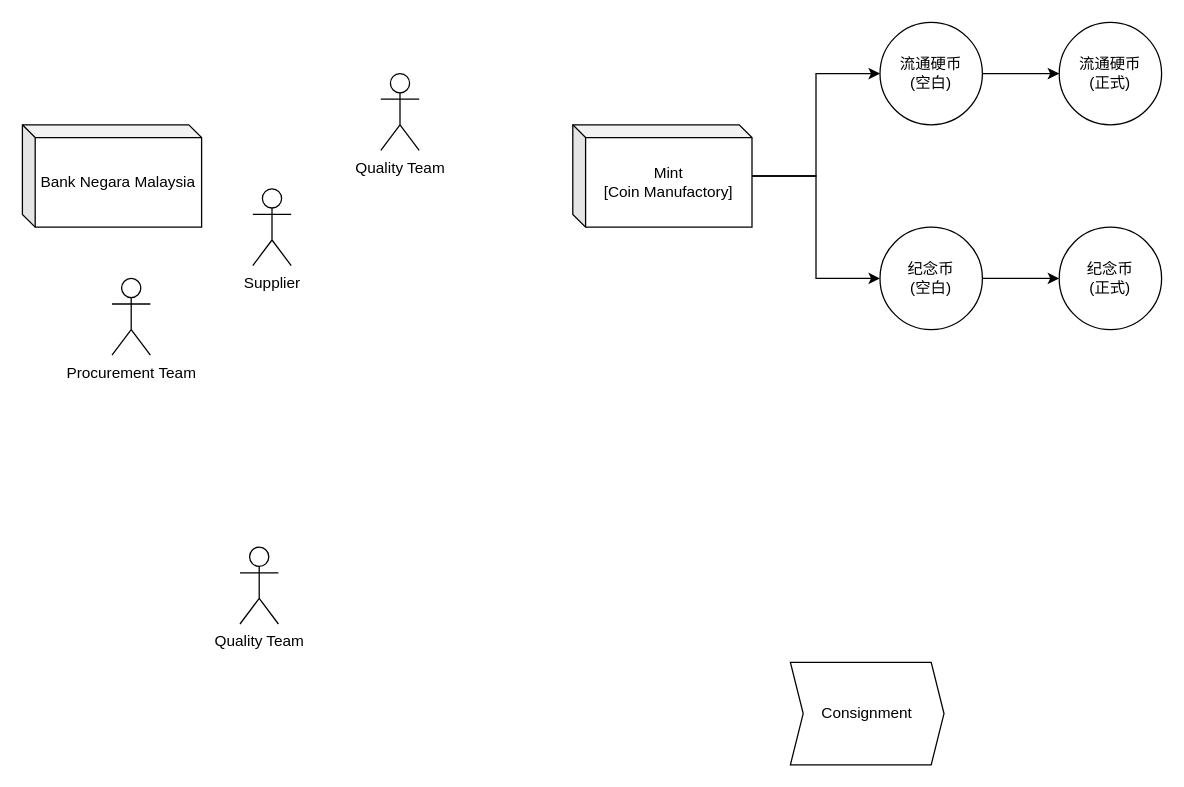
The draw.io diagram page "Quality Management" (1 of 2) of 未命名绘图.drawio in johnseetoh25/draw.io_Gallery, before the edit. Source tidied: cells renumbered, new cells numbered last; positions are measured from the earlier drawing's top-left corner, leaving out a move shared by most shapes. Both pictures are drawn from the tidied source at 128%, with x=0, y=0 at pixel (22, 22).
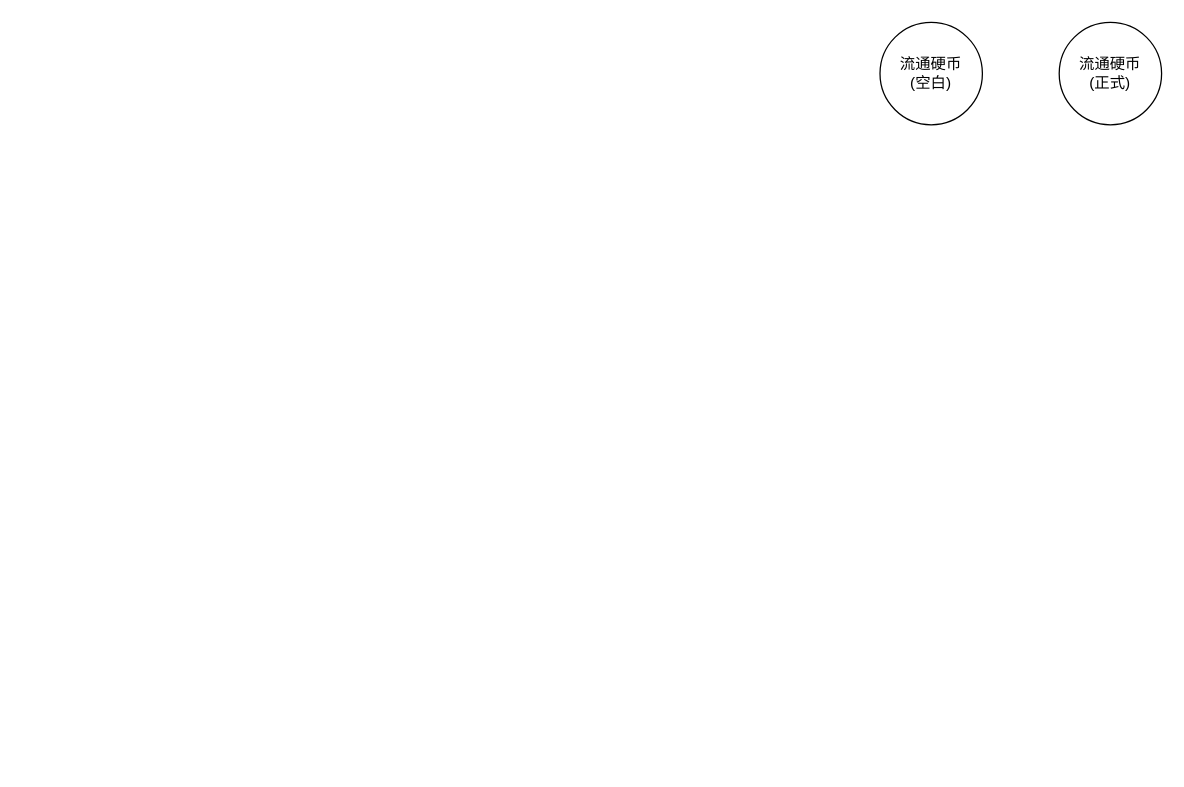
Above is the later version.

Commit message:
更新未命名绘图.drawio

Change to the diagram source:
```diff
@@
 <mxGraphModel>
   <root>
     <mxCell id="0" />
     <mxCell id="1" parent="0" />
-    <mxCell id="2" value="Supplier" style="shape=umlActor;verticalLabelPosition=bottom;verticalAlign=top;html=1;" parent="1" vertex="1">
-      <mxGeometry x="180" y="130" width="30" height="60" as="geometry" />
-    </mxCell>
-    <mxCell id="3" value="Procurement Team" style="shape=umlActor;verticalLabelPosition=bottom;verticalAlign=top;html=1;" parent="1" vertex="1">
-      <mxGeometry x="70" y="200" width="30" height="60" as="geometry" />
-    </mxCell>
-    <mxCell id="4" style="edgeStyle=orthogonalEdgeStyle;rounded=0;jettySize=auto;html=1;entryX=0;entryY=0.5;entryDx=0;entryDy=0;" parent="1" edge="1" source="5" target="14">
-      <mxGeometry relative="1" as="geometry" />
-    </mxCell>
-    <mxCell id="5" value="纪念币&lt;br&gt;(空白)" style="ellipse;whiteSpace=wrap;html=1;" parent="1" vertex="1">
-      <mxGeometry x="670" y="160" width="80" height="80" as="geometry" />
-    </mxCell>
-    <mxCell id="6" style="edgeStyle=orthogonalEdgeStyle;rounded=0;jettySize=auto;html=1;entryX=0;entryY=0.5;entryDx=0;entryDy=0;" parent="1" edge="1" source="7" target="15">
-      <mxGeometry relative="1" as="geometry" />
-    </mxCell>
     <mxCell id="7" value="流通硬币&lt;br&gt;(空白)" style="ellipse;whiteSpace=wrap;html=1;" parent="1" vertex="1">
       <mxGeometry x="670" width="80" height="80" as="geometry" />
     </mxCell>
-    <mxCell id="8" style="edgeStyle=orthogonalEdgeStyle;rounded=0;jettySize=auto;html=1;entryX=0;entryY=0.5;entryDx=0;entryDy=0;" parent="1" edge="1" source="10" target="7">
-      <mxGeometry relative="1" as="geometry" />
-    </mxCell>
-    <mxCell id="9" style="edgeStyle=orthogonalEdgeStyle;rounded=0;jettySize=auto;html=1;" parent="1" edge="1" source="10" target="5">
-      <mxGeometry relative="1" as="geometry" />
-    </mxCell>
-    <mxCell id="10" value="Mint&lt;br&gt;[Coin Manufactory]" style="shape=cube;whiteSpace=wrap;html=1;boundedLbl=1;backgroundOutline=1;darkOpacity=0.05;darkOpacity2=0.1;size=10;" parent="1" vertex="1">
-      <mxGeometry x="430" y="80" width="140" height="80" as="geometry" />
-    </mxCell>
-    <mxCell id="11" value="Quality Team" style="shape=umlActor;verticalLabelPosition=bottom;verticalAlign=top;html=1;" parent="1" vertex="1">
-      <mxGeometry x="170" y="410" width="30" height="60" as="geometry" />
-    </mxCell>
-    <mxCell id="12" value="Consignment" style="shape=step;perimeter=stepPerimeter;whiteSpace=wrap;html=1;fixedSize=1;size=10;" parent="1" vertex="1">
-      <mxGeometry x="600" y="500" width="120" height="80" as="geometry" />
-    </mxCell>
-    <mxCell id="13" value="Quality Team" style="shape=umlActor;verticalLabelPosition=bottom;verticalAlign=top;html=1;" parent="1" vertex="1">
-      <mxGeometry x="280" y="40" width="30" height="60" as="geometry" />
-    </mxCell>
-    <mxCell id="14" value="纪念币&lt;br&gt;(正式)" style="ellipse;whiteSpace=wrap;html=1;" parent="1" vertex="1">
-      <mxGeometry x="810" y="160" width="80" height="80" as="geometry" />
-    </mxCell>
     <mxCell id="15" value="流通硬币&lt;br&gt;(正式)" style="ellipse;whiteSpace=wrap;html=1;" parent="1" vertex="1">
       <mxGeometry x="810" width="80" height="80" as="geometry" />
     </mxCell>
-    <mxCell id="16" value="Bank Negara Malaysia" style="shape=cube;whiteSpace=wrap;html=1;boundedLbl=1;backgroundOutline=1;darkOpacity=0.05;darkOpacity2=0.1;size=10;" parent="1" vertex="1">
-      <mxGeometry y="80" width="140" height="80" as="geometry" />
-    </mxCell>
   </root>
 </mxGraphModel>
```
